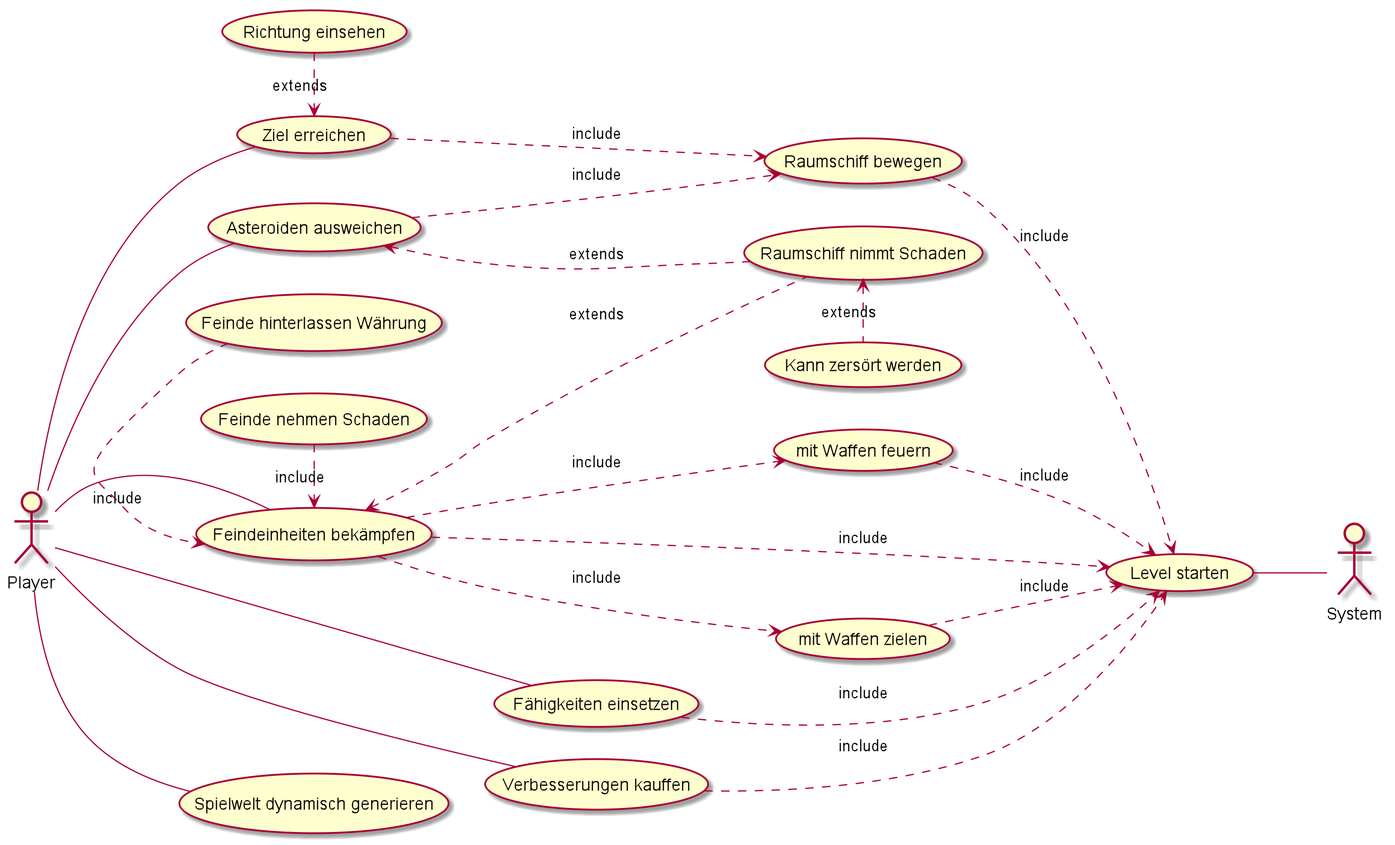
Above: doc/diagrams/Usecase.png in smowdy/bfh_projekt_1 (PlantUML), before the change.
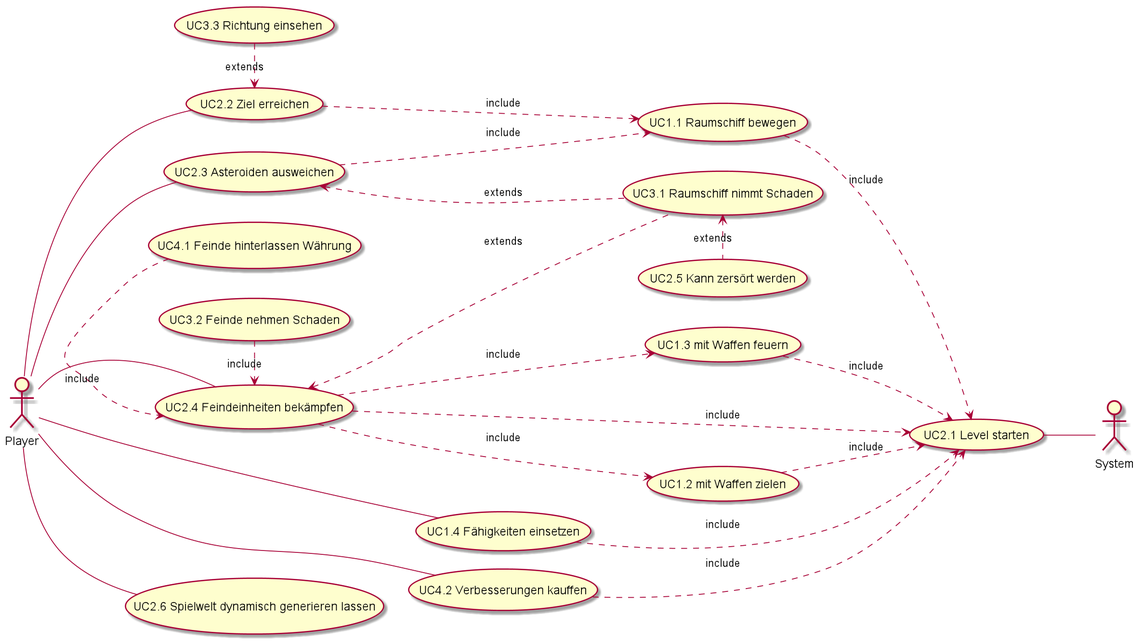
The same diagram one commit later.

Commit message:
further updated doc and diagramms according to review

Change to the diagram source:
```diff
@@ -3,33 +3,33 @@
 Actor System
 Actor Player
 
-(Level starten)
-(Spielwelt dynamisch generieren)
-(mit Waffen zielen)..>(Level starten):include
-(mit Waffen feuern)..>(Level starten):include
-(Fähigkeiten einsetzen)..>(Level starten):include
-(Feindeinheiten bekämpfen)..>(Level starten):include
-(Verbesserungen kauffen)..>(Level starten):include
-(Raumschiff bewegen)
-(Raumschiff bewegen).>(Level starten):include
-(Ziel erreichen)..>(Raumschiff bewegen):include
-(Asteroiden ausweichen)..>(Raumschiff bewegen):include
-(Richtung einsehen).>(Ziel erreichen):extends
-(Feindeinheiten bekämpfen)..>(mit Waffen zielen):include
-(Feindeinheiten bekämpfen)..>(mit Waffen feuern):include
-(Raumschiff nimmt Schaden)<.(Kann zersört werden):extends
-(Asteroiden ausweichen)<..(Raumschiff nimmt Schaden):extends
-(Feindeinheiten bekämpfen)<..(Raumschiff nimmt Schaden):extends
-(Feinde nehmen Schaden).>(Feindeinheiten bekämpfen):include
-(Feinde hinterlassen Währung).>(Feindeinheiten bekämpfen):include
+(UC2.1 Level starten)
+(UC2.6 Spielwelt dynamisch generieren lassen)
+(UC1.2 mit Waffen zielen)..>(UC2.1 Level starten):include
+(UC1.3 mit Waffen feuern)..>(UC2.1 Level starten):include
+(UC1.4 Fähigkeiten einsetzen)..>(UC2.1 Level starten):include
+(UC2.4 Feindeinheiten bekämpfen)..>(UC2.1 Level starten):include
+(UC4.2 Verbesserungen kauffen)..>(UC2.1 Level starten):include
+(UC1.1 Raumschiff bewegen)
+(UC1.1 Raumschiff bewegen).>(UC2.1 Level starten):include
+(UC2.2 Ziel erreichen)..>(UC1.1 Raumschiff bewegen):include
+(UC2.3 Asteroiden ausweichen)..>(UC1.1 Raumschiff bewegen):include
+(UC3.3 Richtung einsehen).>(UC2.2 Ziel erreichen):extends
+(UC2.4 Feindeinheiten bekämpfen)..>(UC1.2 mit Waffen zielen):include
+(UC2.4 Feindeinheiten bekämpfen)..>(UC1.3 mit Waffen feuern):include
+(UC3.1 Raumschiff nimmt Schaden)<.(UC2.5 Kann zersört werden):extends
+(UC2.3 Asteroiden ausweichen)<..(UC3.1 Raumschiff nimmt Schaden):extends
+(UC2.4 Feindeinheiten bekämpfen)<..(UC3.1 Raumschiff nimmt Schaden):extends
+(UC3.2 Feinde nehmen Schaden).>(UC2.4 Feindeinheiten bekämpfen):include
+(UC4.1 Feinde hinterlassen Währung).>(UC2.4 Feindeinheiten bekämpfen):include
 
-Player -- (Feindeinheiten bekämpfen)
-Player -- (Asteroiden ausweichen)
-Player -- (Ziel erreichen)
-Player -- (Fähigkeiten einsetzen)
-Player -- (Spielwelt dynamisch generieren)
-Player -- (Verbesserungen kauffen)
+Player -- (UC2.4 Feindeinheiten bekämpfen)
+Player -- (UC2.3 Asteroiden ausweichen)
+Player -- (UC2.2 Ziel erreichen)
+Player -- (UC1.4 Fähigkeiten einsetzen)
+Player -- (UC2.6 Spielwelt dynamisch generieren lassen)
+Player -- (UC4.2 Verbesserungen kauffen)
 
-(Level starten) -- System
+(UC2.1 Level starten) -- System
 
 @enduml
```
